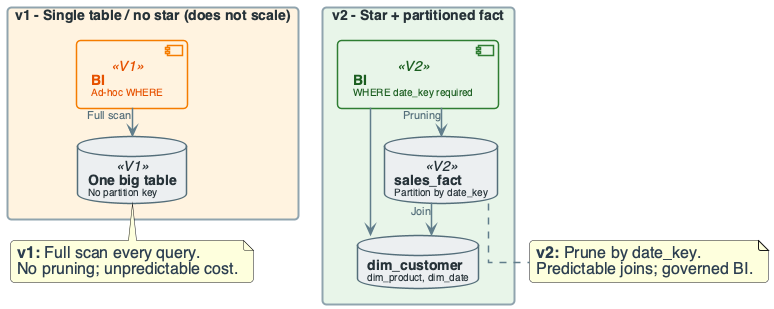
This is diagrams/week05/week5_lecture_evolution_v1_v2.png from OrPerets/data-engineering-course, a PlantUML export, as it was before one commit.
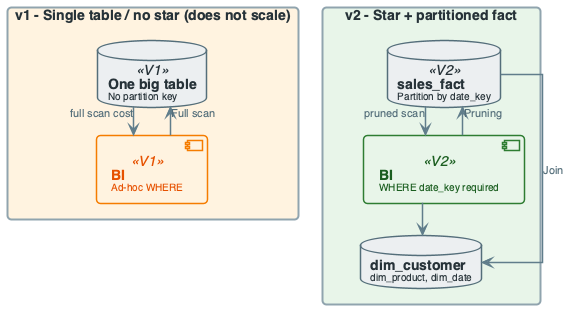
Later version of the same file.

The edit, as a diff of the source:
```diff
@@ -132,15 +132,7 @@
 BI2 --> F2 : "Pruning"
 F2 --> D2 : "Join"
 BI2 --> D2
-
-note bottom of T1
-  **v1:** Full scan every query.
-  No pruning; unpredictable cost.
-end note
-
-note bottom of F2
-  **v2:** Prune by date_key.
-  Predictable joins; governed BI.
-end note
+T1 --> BI1 : "full scan cost"
+F2 --> BI2 : "pruned scan"
 
 @enduml
```
